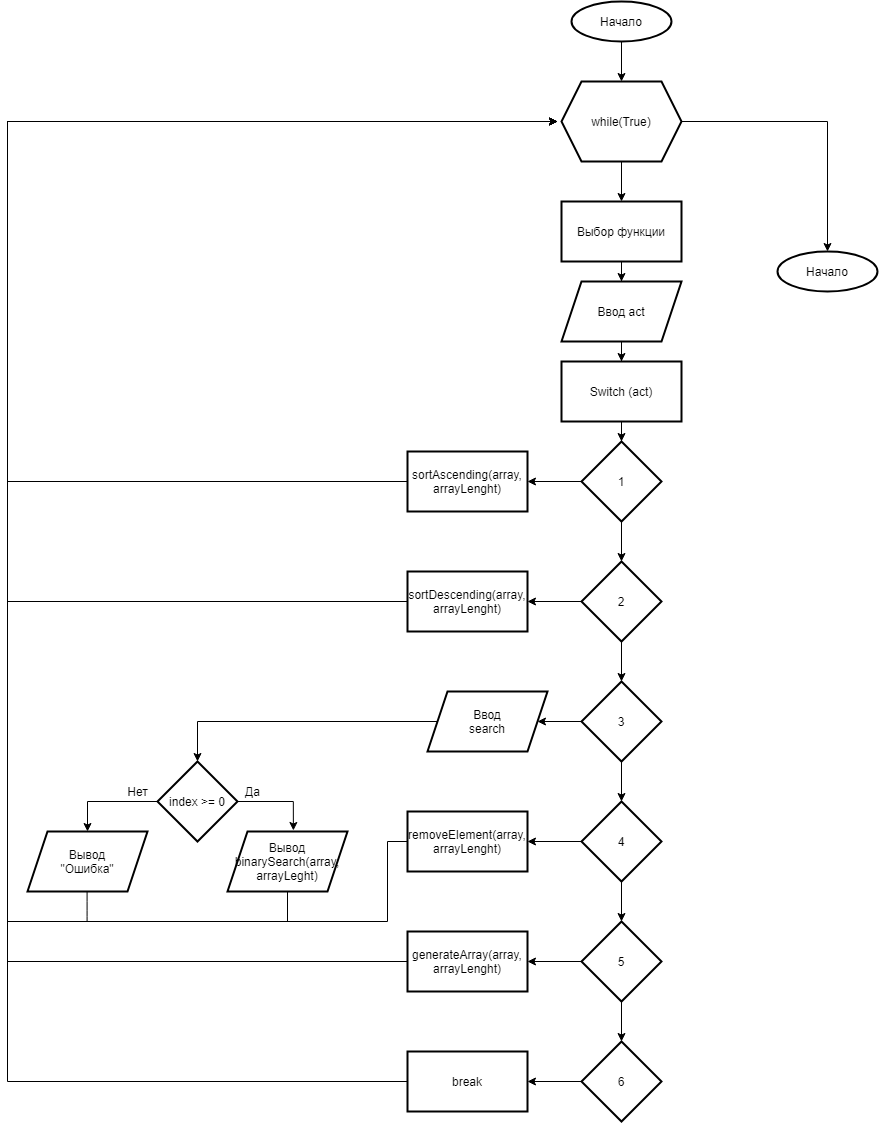
The draw.io diagram _lab5/main.png in leetrikon/oaip, before a commit. Source tidied: cells renumbered, new cells last; positions are measured from the earlier drawing's top-left corner, leaving out a move shared by most shapes. The source it was exported from:
```xml
<mxGraphModel>
  <root>
    <mxCell id="0" />
    <mxCell id="1" parent="0" />
    <mxCell id="2" style="edgeStyle=orthogonalEdgeStyle;rounded=0;jettySize=auto;html=1;" parent="1" edge="1" source="3" target="6">
      <mxGeometry relative="1" as="geometry" />
    </mxCell>
    <mxCell id="3" value="Начало" style="strokeWidth=2;html=1;shape=mxgraph.flowchart.start_2;whiteSpace=wrap;" parent="1" vertex="1">
      <mxGeometry x="564" width="100" height="40" as="geometry" />
    </mxCell>
    <mxCell id="4" style="edgeStyle=orthogonalEdgeStyle;rounded=0;jettySize=auto;html=1;" parent="1" edge="1" source="6" target="8">
      <mxGeometry relative="1" as="geometry" />
    </mxCell>
    <mxCell id="5" style="edgeStyle=orthogonalEdgeStyle;rounded=0;jettySize=auto;html=1;entryX=0.5;entryY=0;entryDx=0;entryDy=0;entryPerimeter=0;" parent="1" edge="1" source="6" target="45">
      <mxGeometry relative="1" as="geometry" />
    </mxCell>
    <mxCell id="6" value="while(True)" style="shape=hexagon;perimeter=hexagonPerimeter2;whiteSpace=wrap;html=1;fixedSize=1;strokeWidth=2;" parent="1" vertex="1">
      <mxGeometry x="554" y="80" width="120" height="80" as="geometry" />
    </mxCell>
    <mxCell id="7" style="edgeStyle=orthogonalEdgeStyle;rounded=0;jettySize=auto;html=1;" parent="1" edge="1" source="8" target="10">
      <mxGeometry relative="1" as="geometry" />
    </mxCell>
    <mxCell id="8" value="Выбор функции" style="whiteSpace=wrap;html=1;strokeWidth=2;" parent="1" vertex="1">
      <mxGeometry x="554" y="200" width="120" height="60" as="geometry" />
    </mxCell>
    <mxCell id="9" style="edgeStyle=orthogonalEdgeStyle;rounded=0;jettySize=auto;html=1;" parent="1" edge="1" source="10" target="12">
      <mxGeometry relative="1" as="geometry" />
    </mxCell>
    <mxCell id="10" value="Ввод act" style="shape=parallelogram;perimeter=parallelogramPerimeter;whiteSpace=wrap;html=1;fixedSize=1;strokeWidth=2;" parent="1" vertex="1">
      <mxGeometry x="554" y="280" width="120" height="60" as="geometry" />
    </mxCell>
    <mxCell id="11" style="edgeStyle=orthogonalEdgeStyle;rounded=0;jettySize=auto;html=1;" parent="1" edge="1" source="12" target="15">
      <mxGeometry relative="1" as="geometry" />
    </mxCell>
    <mxCell id="12" value="Switch (act)" style="whiteSpace=wrap;html=1;strokeWidth=2;" parent="1" vertex="1">
      <mxGeometry x="554" y="360" width="120" height="60" as="geometry" />
    </mxCell>
    <mxCell id="13" style="edgeStyle=orthogonalEdgeStyle;rounded=0;jettySize=auto;html=1;" parent="1" edge="1" source="15" target="18">
      <mxGeometry relative="1" as="geometry" />
    </mxCell>
    <mxCell id="14" style="edgeStyle=orthogonalEdgeStyle;rounded=0;jettySize=auto;html=1;" parent="1" edge="1" source="15" target="31">
      <mxGeometry relative="1" as="geometry" />
    </mxCell>
    <mxCell id="15" value="1" style="rhombus;whiteSpace=wrap;html=1;strokeWidth=2;" parent="1" vertex="1">
      <mxGeometry x="574" y="440" width="80" height="80" as="geometry" />
    </mxCell>
    <mxCell id="16" style="edgeStyle=orthogonalEdgeStyle;rounded=0;jettySize=auto;html=1;" parent="1" edge="1" source="18" target="21">
      <mxGeometry relative="1" as="geometry" />
    </mxCell>
    <mxCell id="17" style="edgeStyle=orthogonalEdgeStyle;rounded=0;jettySize=auto;html=1;" parent="1" edge="1" source="18" target="33">
      <mxGeometry relative="1" as="geometry" />
    </mxCell>
    <mxCell id="18" value="2" style="rhombus;whiteSpace=wrap;html=1;strokeWidth=2;" parent="1" vertex="1">
      <mxGeometry x="574" y="560" width="80" height="80" as="geometry" />
    </mxCell>
    <mxCell id="19" style="edgeStyle=orthogonalEdgeStyle;rounded=0;jettySize=auto;html=1;" parent="1" edge="1" target="24">
      <mxGeometry relative="1" as="geometry">
        <mxPoint x="614" y="760" as="sourcePoint" />
      </mxGeometry>
    </mxCell>
    <mxCell id="20" style="edgeStyle=orthogonalEdgeStyle;rounded=0;jettySize=auto;html=1;" parent="1" edge="1" source="21" target="39">
      <mxGeometry relative="1" as="geometry" />
    </mxCell>
    <mxCell id="21" value="3" style="rhombus;whiteSpace=wrap;html=1;strokeWidth=2;" parent="1" vertex="1">
      <mxGeometry x="574" y="680" width="80" height="80" as="geometry" />
    </mxCell>
    <mxCell id="22" style="edgeStyle=orthogonalEdgeStyle;rounded=0;jettySize=auto;html=1;" parent="1" edge="1" source="24" target="27">
      <mxGeometry relative="1" as="geometry" />
    </mxCell>
    <mxCell id="23" style="edgeStyle=orthogonalEdgeStyle;rounded=0;jettySize=auto;html=1;" parent="1" edge="1" source="24" target="35">
      <mxGeometry relative="1" as="geometry" />
    </mxCell>
    <mxCell id="24" value="4" style="rhombus;whiteSpace=wrap;html=1;strokeWidth=2;" parent="1" vertex="1">
      <mxGeometry x="574" y="800" width="80" height="80" as="geometry" />
    </mxCell>
    <mxCell id="25" style="edgeStyle=orthogonalEdgeStyle;rounded=0;jettySize=auto;html=1;" parent="1" edge="1" source="27" target="29">
      <mxGeometry relative="1" as="geometry" />
    </mxCell>
    <mxCell id="26" style="edgeStyle=orthogonalEdgeStyle;rounded=0;jettySize=auto;html=1;" parent="1" edge="1" source="27" target="37">
      <mxGeometry relative="1" as="geometry" />
    </mxCell>
    <mxCell id="27" value="5" style="rhombus;whiteSpace=wrap;html=1;strokeWidth=2;" parent="1" vertex="1">
      <mxGeometry x="574" y="920" width="80" height="80" as="geometry" />
    </mxCell>
    <mxCell id="28" style="edgeStyle=orthogonalEdgeStyle;rounded=0;jettySize=auto;html=1;" parent="1" edge="1" source="29" target="47">
      <mxGeometry relative="1" as="geometry" />
    </mxCell>
    <mxCell id="29" value="6" style="rhombus;whiteSpace=wrap;html=1;strokeWidth=2;" parent="1" vertex="1">
      <mxGeometry x="574" y="1040" width="80" height="80" as="geometry" />
    </mxCell>
    <mxCell id="30" style="edgeStyle=orthogonalEdgeStyle;rounded=0;jettySize=auto;html=1;" parent="1" edge="1" source="31">
      <mxGeometry relative="1" as="geometry">
        <mxPoint x="550" y="120" as="targetPoint" />
        <Array as="points">
          <mxPoint y="480" />
          <mxPoint y="120" />
        </Array>
      </mxGeometry>
    </mxCell>
    <mxCell id="31" value="sortAscending(array, arrayLenght)" style="whiteSpace=wrap;html=1;strokeWidth=2;" parent="1" vertex="1">
      <mxGeometry x="400" y="450" width="120" height="60" as="geometry" />
    </mxCell>
    <mxCell id="32" style="edgeStyle=orthogonalEdgeStyle;rounded=0;jettySize=auto;html=1;" parent="1" edge="1" source="33">
      <mxGeometry relative="1" as="geometry">
        <mxPoint x="550" y="120" as="targetPoint" />
        <Array as="points">
          <mxPoint y="600" />
          <mxPoint y="120" />
        </Array>
      </mxGeometry>
    </mxCell>
    <mxCell id="33" value="sortDescending(array, arrayLenght)" style="whiteSpace=wrap;html=1;strokeWidth=2;" parent="1" vertex="1">
      <mxGeometry x="400" y="570" width="120" height="60" as="geometry" />
    </mxCell>
    <mxCell id="34" style="edgeStyle=orthogonalEdgeStyle;rounded=0;jettySize=auto;html=1;exitX=0;exitY=0.5;exitDx=0;exitDy=0;" parent="1" edge="1" source="35">
      <mxGeometry relative="1" as="geometry">
        <mxPoint x="550" y="120" as="targetPoint" />
        <Array as="points">
          <mxPoint x="380" y="840" />
          <mxPoint x="380" y="920" />
          <mxPoint y="920" />
          <mxPoint y="120" />
        </Array>
      </mxGeometry>
    </mxCell>
    <mxCell id="35" value="removeElement(array, arrayLenght)" style="whiteSpace=wrap;html=1;strokeWidth=2;" parent="1" vertex="1">
      <mxGeometry x="400" y="810" width="120" height="60" as="geometry" />
    </mxCell>
    <mxCell id="36" style="edgeStyle=orthogonalEdgeStyle;rounded=0;jettySize=auto;html=1;" parent="1" edge="1" source="37">
      <mxGeometry relative="1" as="geometry">
        <mxPoint x="550" y="120" as="targetPoint" />
        <Array as="points">
          <mxPoint y="960" />
          <mxPoint y="120" />
        </Array>
      </mxGeometry>
    </mxCell>
    <mxCell id="37" value="generateArray(array, arrayLenght)" style="whiteSpace=wrap;html=1;strokeWidth=2;" parent="1" vertex="1">
      <mxGeometry x="400" y="930" width="120" height="60" as="geometry" />
    </mxCell>
    <mxCell id="38" style="edgeStyle=orthogonalEdgeStyle;rounded=0;jettySize=auto;html=1;entryX=0.5;entryY=0;entryDx=0;entryDy=0;exitX=0;exitY=0.5;exitDx=0;exitDy=0;" parent="1" edge="1" source="39" target="42">
      <mxGeometry relative="1" as="geometry" />
    </mxCell>
    <mxCell id="39" value="Ввод&lt;br&gt;search" style="shape=parallelogram;perimeter=parallelogramPerimeter;whiteSpace=wrap;html=1;fixedSize=1;strokeWidth=2;" parent="1" vertex="1">
      <mxGeometry x="420" y="690" width="120" height="60" as="geometry" />
    </mxCell>
    <mxCell id="40" style="edgeStyle=orthogonalEdgeStyle;rounded=0;jettySize=auto;html=1;entryX=0.5;entryY=0;entryDx=0;entryDy=0;" parent="1" edge="1" source="42" target="44">
      <mxGeometry relative="1" as="geometry" />
    </mxCell>
    <mxCell id="41" style="edgeStyle=orthogonalEdgeStyle;rounded=0;jettySize=auto;html=1;entryX=0.549;entryY=-0.017;entryDx=0;entryDy=0;entryPerimeter=0;exitX=1;exitY=0.5;exitDx=0;exitDy=0;" parent="1" edge="1" source="42" target="43">
      <mxGeometry relative="1" as="geometry" />
    </mxCell>
    <mxCell id="42" value="index &amp;gt;= 0" style="rhombus;whiteSpace=wrap;html=1;strokeWidth=2;" parent="1" vertex="1">
      <mxGeometry x="150" y="760" width="80" height="80" as="geometry" />
    </mxCell>
    <mxCell id="43" value="Вывод&lt;br&gt;binarySearch(array, arrayLeght)" style="shape=parallelogram;perimeter=parallelogramPerimeter;whiteSpace=wrap;html=1;fixedSize=1;strokeWidth=2;" parent="1" vertex="1">
      <mxGeometry x="220" y="830" width="120" height="60" as="geometry" />
    </mxCell>
    <mxCell id="44" value="Вывод&lt;br&gt;&quot;Ошибка&quot;" style="shape=parallelogram;perimeter=parallelogramPerimeter;whiteSpace=wrap;html=1;fixedSize=1;strokeWidth=2;" parent="1" vertex="1">
      <mxGeometry x="20" y="830" width="120" height="60" as="geometry" />
    </mxCell>
    <mxCell id="45" value="Начало" style="strokeWidth=2;html=1;shape=mxgraph.flowchart.start_2;whiteSpace=wrap;" parent="1" vertex="1">
      <mxGeometry x="770" y="250" width="100" height="40" as="geometry" />
    </mxCell>
    <mxCell id="46" style="edgeStyle=orthogonalEdgeStyle;rounded=0;jettySize=auto;html=1;" parent="1" edge="1" source="47">
      <mxGeometry relative="1" as="geometry">
        <mxPoint x="550" y="120" as="targetPoint" />
        <Array as="points">
          <mxPoint y="1080" />
          <mxPoint y="120" />
        </Array>
      </mxGeometry>
    </mxCell>
    <mxCell id="47" value="break" style="whiteSpace=wrap;html=1;strokeWidth=2;" parent="1" vertex="1">
      <mxGeometry x="400" y="1050" width="120" height="60" as="geometry" />
    </mxCell>
    <mxCell id="48" value="Да" style="text;html=1;align=center;verticalAlign=middle;" parent="1" vertex="1">
      <mxGeometry x="230" y="780" width="30" height="20" as="geometry" />
    </mxCell>
    <mxCell id="49" value="Нет" style="text;html=1;align=center;verticalAlign=middle;" parent="1" vertex="1">
      <mxGeometry x="110" y="780" width="40" height="20" as="geometry" />
    </mxCell>
    <mxCell id="50" style="endArrow=none;html=1;exitX=0.5;exitY=1;exitDx=0;exitDy=0;" parent="1" edge="1" source="43">
      <mxGeometry relative="1" as="geometry">
        <mxPoint x="280" y="920" as="targetPoint" />
      </mxGeometry>
    </mxCell>
    <mxCell id="51" style="endArrow=none;html=1;exitX=0.5;exitY=1;exitDx=0;exitDy=0;" parent="1" edge="1">
      <mxGeometry relative="1" as="geometry">
        <mxPoint x="79.6" y="890" as="sourcePoint" />
        <mxPoint x="79.6" y="920" as="targetPoint" />
        <Array as="points">
          <mxPoint x="79.6" y="910" />
        </Array>
      </mxGeometry>
    </mxCell>
  </root>
</mxGraphModel>
```
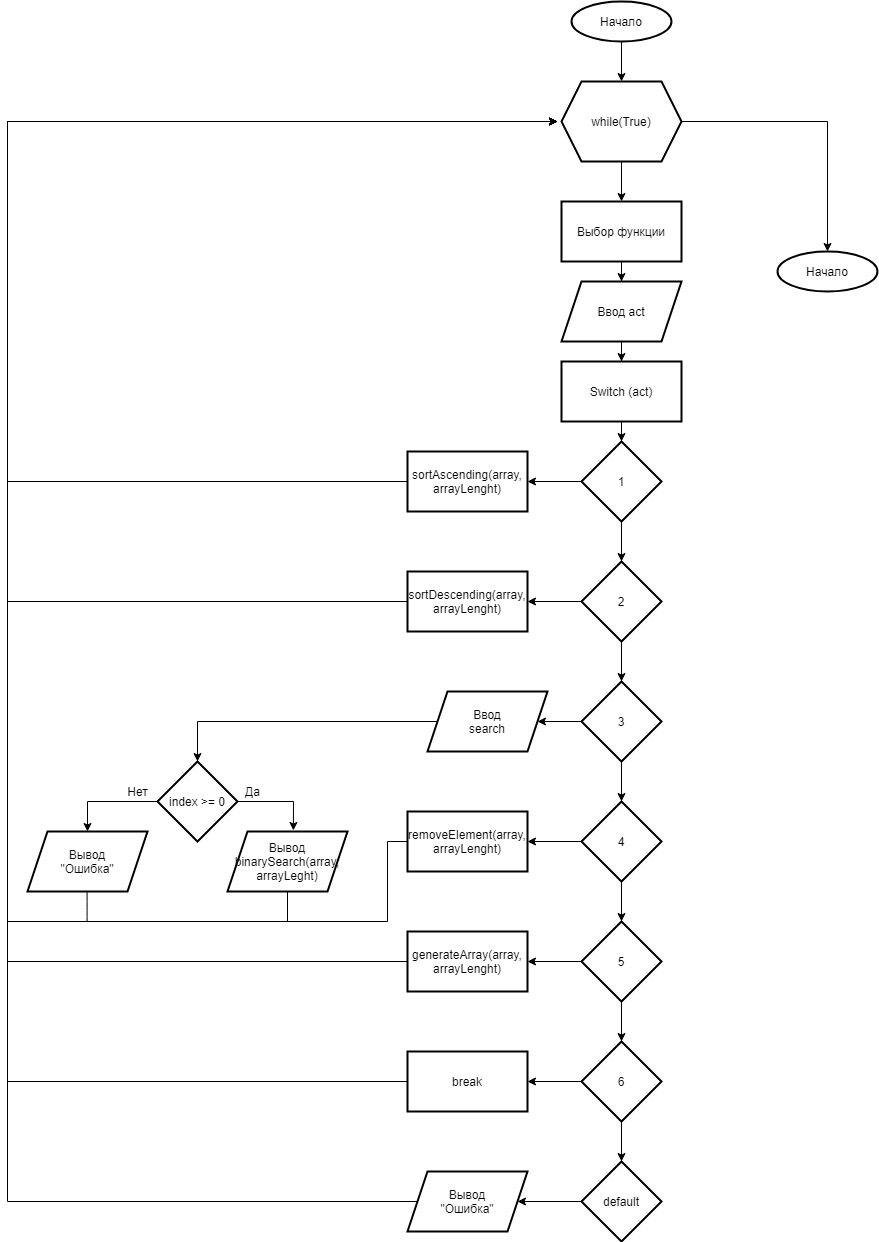
After the change.

Diff of the diagram source:
```diff
@@ -85,6 +85,9 @@
     <mxCell id="28" style="edgeStyle=orthogonalEdgeStyle;rounded=0;jettySize=auto;html=1;" parent="1" edge="1" source="29" target="47">
       <mxGeometry relative="1" as="geometry" />
     </mxCell>
+    <mxCell id="52" style="edgeStyle=orthogonalEdgeStyle;rounded=0;jettySize=auto;html=1;" parent="1" edge="1" source="29" target="54">
+      <mxGeometry relative="1" as="geometry" />
+    </mxCell>
     <mxCell id="29" value="6" style="rhombus;whiteSpace=wrap;html=1;strokeWidth=2;" parent="1" vertex="1">
       <mxGeometry x="574" y="1040" width="80" height="80" as="geometry" />
     </mxCell>
@@ -194,5 +197,23 @@
         </Array>
       </mxGeometry>
     </mxCell>
+    <mxCell id="53" style="edgeStyle=orthogonalEdgeStyle;rounded=0;jettySize=auto;html=1;" parent="1" edge="1" source="54" target="56">
+      <mxGeometry relative="1" as="geometry" />
+    </mxCell>
+    <mxCell id="54" value="default" style="rhombus;whiteSpace=wrap;html=1;strokeWidth=2;" parent="1" vertex="1">
+      <mxGeometry x="574" y="1160" width="80" height="80" as="geometry" />
+    </mxCell>
+    <mxCell id="55" style="edgeStyle=orthogonalEdgeStyle;rounded=0;jettySize=auto;html=1;" parent="1" edge="1" source="56">
+      <mxGeometry relative="1" as="geometry">
+        <mxPoint x="550" y="120" as="targetPoint" />
+        <Array as="points">
+          <mxPoint y="1200" />
+          <mxPoint y="120" />
+        </Array>
+      </mxGeometry>
+    </mxCell>
+    <mxCell id="56" value="Вывод&lt;br&gt;&quot;Ошибка&quot;" style="shape=parallelogram;perimeter=parallelogramPerimeter;whiteSpace=wrap;html=1;fixedSize=1;strokeWidth=2;" parent="1" vertex="1">
+      <mxGeometry x="400" y="1170" width="120" height="60" as="geometry" />
+    </mxCell>
   </root>
 </mxGraphModel>
```
